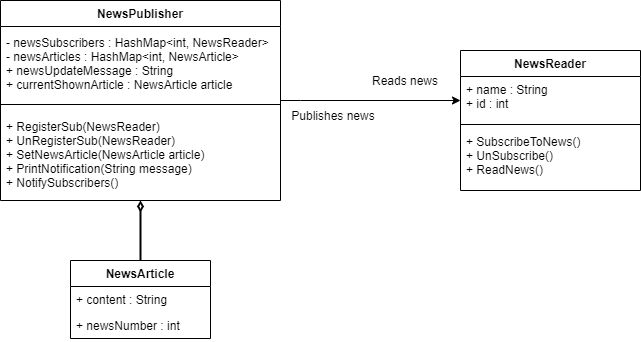
Before: newspublisher.png, a diagram exported from draw.io (noakishere/NewsPublisher). Source tidied: cells renumbered, new cells last; positions are measured from the earlier drawing's top-left corner, leaving out a move shared by most shapes. Its diagram source:
```xml
<mxGraphModel>
  <root>
    <mxCell id="0" />
    <mxCell id="1" parent="0" />
    <mxCell id="2" style="edgeStyle=orthogonalEdgeStyle;rounded=0;jettySize=auto;html=1;" parent="1" edge="1" source="3" target="7">
      <mxGeometry relative="1" as="geometry">
        <Array as="points">
          <mxPoint x="300" y="100" />
          <mxPoint x="300" y="100" />
        </Array>
      </mxGeometry>
    </mxCell>
    <mxCell id="3" value="NewsPublisher" style="swimlane;fontStyle=1;align=center;verticalAlign=top;horizontal=1;startSize=26;swimlaneLine=1;" parent="1" vertex="1">
      <mxGeometry width="280" height="200" as="geometry" />
    </mxCell>
    <mxCell id="4" value="- newsSubscribers : HashMap&lt;int, NewsReader&gt;&#10;- newsArticles : HashMap&lt;int, NewsArticle&gt;&#10;+ newsUpdateMessage : String&#10;+ currentShownArticle : NewsArticle article" style="text;strokeColor=none;fillColor=none;align=left;verticalAlign=middle;spacingLeft=4;spacingRight=4;overflow=hidden;" parent="3" vertex="1">
      <mxGeometry y="26" width="280" height="74" as="geometry" />
    </mxCell>
    <mxCell id="5" style="line;strokeWidth=1;fillColor=none;align=left;verticalAlign=middle;spacingTop=-1;spacingLeft=3;spacingRight=3;labelPosition=right;" parent="3" vertex="1">
      <mxGeometry y="100" width="280" height="8" as="geometry" />
    </mxCell>
    <mxCell id="6" value="+ RegisterSub(NewsReader)&#10;+ UnRegisterSub(NewsReader)&#10;+ SetNewsArticle(NewsArticle article)&#10;+ PrintNotification(String message)&#10;+ NotifySubscribers()" style="text;strokeColor=none;fillColor=none;align=left;verticalAlign=middle;spacingLeft=4;spacingRight=4;overflow=hidden;horizontal=1;labelBackgroundColor=none;" parent="3" vertex="1">
      <mxGeometry y="108" width="280" height="92" as="geometry" />
    </mxCell>
    <mxCell id="7" value="NewsReader" style="swimlane;fontStyle=1;align=center;verticalAlign=top;horizontal=1;startSize=26;fillColor=#ffffff;html=0;" parent="1" vertex="1">
      <mxGeometry x="460" y="50" width="180" height="140" as="geometry" />
    </mxCell>
    <mxCell id="8" value="+ name : String&#10;+ id : int&#10;" style="text;strokeColor=none;fillColor=none;align=left;verticalAlign=top;spacingLeft=4;spacingRight=4;overflow=hidden;" parent="7" vertex="1">
      <mxGeometry y="26" width="180" height="44" as="geometry" />
    </mxCell>
    <mxCell id="9" style="line;strokeWidth=1;fillColor=none;align=left;verticalAlign=middle;spacingTop=-1;spacingLeft=3;spacingRight=3;labelPosition=right;" parent="7" vertex="1">
      <mxGeometry y="70" width="180" height="8" as="geometry" />
    </mxCell>
    <mxCell id="10" value="+ SubscribeToNews()&#10;+ UnSubscribe()&#10;+ ReadNews()" style="text;strokeColor=none;fillColor=none;align=left;verticalAlign=top;spacingLeft=4;spacingRight=4;overflow=hidden;" parent="7" vertex="1">
      <mxGeometry y="78" width="180" height="62" as="geometry" />
    </mxCell>
    <mxCell id="11" style="edgeStyle=orthogonalEdgeStyle;jettySize=auto;html=1;endArrow=diamondThin;endFill=0;strokeWidth=2;rounded=0;" parent="1" edge="1" source="12" target="3">
      <mxGeometry relative="1" as="geometry" />
    </mxCell>
    <mxCell id="12" value="NewsArticle" style="swimlane;fontStyle=1;horizontal=1;startSize=26;fillColor=none;align=center;html=0;" parent="1" vertex="1">
      <mxGeometry x="70" y="260" width="140" height="78" as="geometry" />
    </mxCell>
    <mxCell id="13" value="+ content : String" style="text;strokeColor=none;fillColor=none;align=left;verticalAlign=top;spacingLeft=4;spacingRight=4;overflow=hidden;" parent="12" vertex="1">
      <mxGeometry y="26" width="140" height="26" as="geometry" />
    </mxCell>
    <mxCell id="14" value="+ newsNumber : int" style="text;strokeColor=none;fillColor=none;align=left;verticalAlign=top;spacingLeft=4;spacingRight=4;overflow=hidden;" parent="12" vertex="1">
      <mxGeometry y="52" width="140" height="26" as="geometry" />
    </mxCell>
    <mxCell id="15" value="Reads news" style="text;html=1;strokeColor=none;fillColor=none;align=center;verticalAlign=middle;whiteSpace=wrap;rounded=0;labelBackgroundColor=none;" parent="1" vertex="1">
      <mxGeometry x="360" y="70" width="90" height="20" as="geometry" />
    </mxCell>
    <mxCell id="16" value="Publishes news" style="text;html=1;strokeColor=none;fillColor=none;align=center;verticalAlign=middle;whiteSpace=wrap;rounded=0;labelBackgroundColor=none;" parent="1" vertex="1">
      <mxGeometry x="280" y="110" width="106" height="10" as="geometry" />
    </mxCell>
  </root>
</mxGraphModel>
```
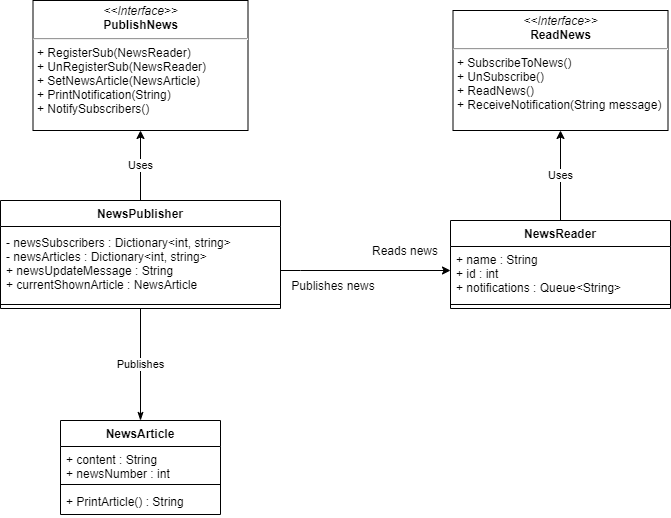
The same file after the commit.

Commit message:
uml class diagram

The edit, as a diff of the source:
```diff
@@ -10,47 +10,56 @@
         </Array>
       </mxGeometry>
     </mxCell>
+    <mxCell id="17" value="Uses" style="edgeStyle=orthogonalEdgeStyle;rounded=0;jettySize=auto;html=1;entryX=0.5;entryY=1;entryDx=0;entryDy=0;" parent="1" edge="1" source="3" target="23">
+      <mxGeometry relative="1" as="geometry" />
+    </mxCell>
+    <mxCell id="18" value="Publishes" style="edgeStyle=orthogonalEdgeStyle;rounded=0;jettySize=auto;html=1;entryX=0.5;entryY=0;entryDx=0;entryDy=0;endArrow=classicThin;endFill=1;" parent="1" edge="1" source="3" target="12">
+      <mxGeometry relative="1" as="geometry" />
+    </mxCell>
     <mxCell id="3" value="NewsPublisher" style="swimlane;fontStyle=1;align=center;verticalAlign=top;horizontal=1;startSize=26;swimlaneLine=1;" parent="1" vertex="1">
-      <mxGeometry width="280" height="200" as="geometry" />
+      <mxGeometry y="30" width="280" height="108" as="geometry" />
     </mxCell>
-    <mxCell id="4" value="- newsSubscribers : HashMap&lt;int, NewsReader&gt;&#10;- newsArticles : HashMap&lt;int, NewsArticle&gt;&#10;+ newsUpdateMessage : String&#10;+ currentShownArticle : NewsArticle article" style="text;strokeColor=none;fillColor=none;align=left;verticalAlign=middle;spacingLeft=4;spacingRight=4;overflow=hidden;" parent="3" vertex="1">
+    <mxCell id="4" value="- newsSubscribers : Dictionary&lt;int, string&gt;&#10;- newsArticles : Dictionary&lt;int, string&gt;&#10;+ newsUpdateMessage : String&#10;+ currentShownArticle : NewsArticle" style="text;strokeColor=none;fillColor=none;align=left;verticalAlign=middle;spacingLeft=4;spacingRight=4;overflow=hidden;" parent="3" vertex="1">
       <mxGeometry y="26" width="280" height="74" as="geometry" />
     </mxCell>
     <mxCell id="5" style="line;strokeWidth=1;fillColor=none;align=left;verticalAlign=middle;spacingTop=-1;spacingLeft=3;spacingRight=3;labelPosition=right;" parent="3" vertex="1">
       <mxGeometry y="100" width="280" height="8" as="geometry" />
     </mxCell>
-    <mxCell id="6" value="+ RegisterSub(NewsReader)&#10;+ UnRegisterSub(NewsReader)&#10;+ SetNewsArticle(NewsArticle article)&#10;+ PrintNotification(String message)&#10;+ NotifySubscribers()" style="text;strokeColor=none;fillColor=none;align=left;verticalAlign=middle;spacingLeft=4;spacingRight=4;overflow=hidden;horizontal=1;labelBackgroundColor=none;" parent="3" vertex="1">
-      <mxGeometry y="108" width="280" height="92" as="geometry" />
-    </mxCell>
+    <mxCell id="19" value="Uses" style="edgeStyle=orthogonalEdgeStyle;rounded=0;jettySize=auto;html=1;exitX=0.5;exitY=0;exitDx=0;exitDy=0;entryX=0.5;entryY=1;entryDx=0;entryDy=0;" parent="1" edge="1" source="7" target="24">
+      <mxGeometry relative="1" as="geometry" />
+    </mxCell>
     <mxCell id="7" value="NewsReader" style="swimlane;fontStyle=1;align=center;verticalAlign=top;horizontal=1;startSize=26;fillColor=#ffffff;html=0;" parent="1" vertex="1">
-      <mxGeometry x="460" y="50" width="180" height="140" as="geometry" />
+      <mxGeometry x="450" y="50" width="220" height="88" as="geometry" />
     </mxCell>
-    <mxCell id="8" value="+ name : String&#10;+ id : int&#10;" style="text;strokeColor=none;fillColor=none;align=left;verticalAlign=top;spacingLeft=4;spacingRight=4;overflow=hidden;" parent="7" vertex="1">
-      <mxGeometry y="26" width="180" height="44" as="geometry" />
+    <mxCell id="8" value="+ name : String&#10;+ id : int&#10;+ notifications : Queue&lt;String&gt;" style="text;strokeColor=none;fillColor=none;align=left;verticalAlign=middle;spacingLeft=4;spacingRight=4;overflow=hidden;" parent="7" vertex="1">
+      <mxGeometry y="26" width="220" height="54" as="geometry" />
     </mxCell>
     <mxCell id="9" style="line;strokeWidth=1;fillColor=none;align=left;verticalAlign=middle;spacingTop=-1;spacingLeft=3;spacingRight=3;labelPosition=right;" parent="7" vertex="1">
-      <mxGeometry y="70" width="180" height="8" as="geometry" />
+      <mxGeometry y="80" width="220" height="8" as="geometry" />
     </mxCell>
-    <mxCell id="10" value="+ SubscribeToNews()&#10;+ UnSubscribe()&#10;+ ReadNews()" style="text;strokeColor=none;fillColor=none;align=left;verticalAlign=top;spacingLeft=4;spacingRight=4;overflow=hidden;" parent="7" vertex="1">
-      <mxGeometry y="78" width="180" height="62" as="geometry" />
-    </mxCell>
-    <mxCell id="11" style="edgeStyle=orthogonalEdgeStyle;jettySize=auto;html=1;endArrow=diamondThin;endFill=0;strokeWidth=2;rounded=0;" parent="1" edge="1" source="12" target="3">
-      <mxGeometry relative="1" as="geometry" />
-    </mxCell>
-    <mxCell id="12" value="NewsArticle" style="swimlane;fontStyle=1;horizontal=1;startSize=26;fillColor=none;align=center;html=0;" parent="1" vertex="1">
-      <mxGeometry x="70" y="260" width="140" height="78" as="geometry" />
-    </mxCell>
-    <mxCell id="13" value="+ content : String" style="text;strokeColor=none;fillColor=none;align=left;verticalAlign=top;spacingLeft=4;spacingRight=4;overflow=hidden;" parent="12" vertex="1">
-      <mxGeometry y="26" width="140" height="26" as="geometry" />
-    </mxCell>
-    <mxCell id="14" value="+ newsNumber : int" style="text;strokeColor=none;fillColor=none;align=left;verticalAlign=top;spacingLeft=4;spacingRight=4;overflow=hidden;" parent="12" vertex="1">
-      <mxGeometry y="52" width="140" height="26" as="geometry" />
-    </mxCell>
     <mxCell id="15" value="Reads news" style="text;html=1;strokeColor=none;fillColor=none;align=center;verticalAlign=middle;whiteSpace=wrap;rounded=0;labelBackgroundColor=none;" parent="1" vertex="1">
       <mxGeometry x="360" y="70" width="90" height="20" as="geometry" />
     </mxCell>
     <mxCell id="16" value="Publishes news" style="text;html=1;strokeColor=none;fillColor=none;align=center;verticalAlign=middle;whiteSpace=wrap;rounded=0;labelBackgroundColor=none;" parent="1" vertex="1">
       <mxGeometry x="280" y="110" width="106" height="10" as="geometry" />
     </mxCell>
+    <mxCell id="12" value="NewsArticle" style="swimlane;fontStyle=1;align=center;verticalAlign=top;horizontal=1;startSize=26;labelBackgroundColor=none;fillColor=#ffffff;html=0;" parent="1" vertex="1">
+      <mxGeometry x="60" y="250" width="160" height="94" as="geometry" />
+    </mxCell>
+    <mxCell id="20" value="+ content : String&#10;+ newsNumber : int" style="text;strokeColor=none;fillColor=none;align=left;verticalAlign=top;spacingLeft=4;spacingRight=4;overflow=hidden;" parent="12" vertex="1">
+      <mxGeometry y="26" width="160" height="34" as="geometry" />
+    </mxCell>
+    <mxCell id="21" style="line;strokeWidth=1;fillColor=none;align=left;verticalAlign=middle;spacingTop=-1;spacingLeft=3;spacingRight=3;labelPosition=right;" parent="12" vertex="1">
+      <mxGeometry y="60" width="160" height="8" as="geometry" />
+    </mxCell>
+    <mxCell id="22" value="+ PrintArticle() : String" style="text;strokeColor=none;fillColor=none;align=left;verticalAlign=top;spacingLeft=4;spacingRight=4;overflow=hidden;" parent="12" vertex="1">
+      <mxGeometry y="68" width="160" height="26" as="geometry" />
+    </mxCell>
+    <mxCell id="23" value="&lt;p style=&quot;margin: 0px ; margin-top: 4px ; text-align: center&quot;&gt;&lt;i&gt;&amp;lt;&amp;lt;Interface&amp;gt;&amp;gt;&lt;/i&gt;&lt;br&gt;&lt;b&gt;PublishNews&lt;/b&gt;&lt;/p&gt;&lt;p style=&quot;margin: 0px ; margin-left: 4px&quot;&gt;&lt;/p&gt;&lt;hr&gt;&lt;p style=&quot;margin: 0px ; margin-left: 4px&quot;&gt;+ RegisterSub(NewsReader&lt;span&gt;)&lt;/span&gt;&lt;/p&gt;&lt;p style=&quot;margin: 0px ; margin-left: 4px&quot;&gt;+ UnRegisterSub(NewsReader)&lt;br style=&quot;padding: 0px ; margin: 0px&quot;&gt;+ SetNewsArticle(NewsArticle)&lt;br style=&quot;padding: 0px ; margin: 0px&quot;&gt;+ PrintNotification(String)&lt;br style=&quot;padding: 0px ; margin: 0px&quot;&gt;+ NotifySubscribers()&lt;br&gt;&lt;/p&gt;" style="verticalAlign=top;align=left;overflow=fill;fontSize=12;fontFamily=Helvetica;html=1;" parent="1" vertex="1">
+      <mxGeometry x="32.5" y="-170" width="215" height="130" as="geometry" />
+    </mxCell>
+    <mxCell id="24" value="&lt;p style=&quot;margin: 0px ; margin-top: 4px ; text-align: center&quot;&gt;&lt;i&gt;&amp;lt;&amp;lt;Interface&amp;gt;&amp;gt;&lt;/i&gt;&lt;br&gt;&lt;b&gt;ReadNews&lt;/b&gt;&lt;/p&gt;&lt;p style=&quot;margin: 0px ; margin-left: 4px&quot;&gt;&lt;/p&gt;&lt;hr&gt;&lt;p style=&quot;margin: 0px ; margin-left: 4px&quot;&gt;+ SubscribeToNews()&lt;br style=&quot;padding: 0px ; margin: 0px&quot;&gt;+ UnSubscribe()&lt;br style=&quot;padding: 0px ; margin: 0px&quot;&gt;+ ReadNews()&lt;br style=&quot;padding: 0px ; margin: 0px&quot;&gt;+ ReceiveNotification(String message)&lt;br&gt;&lt;/p&gt;" style="verticalAlign=top;align=left;overflow=fill;fontSize=12;fontFamily=Helvetica;html=1;" parent="1" vertex="1">
+      <mxGeometry x="452.5" y="-160" width="215" height="120" as="geometry" />
+    </mxCell>
   </root>
 </mxGraphModel>
```
